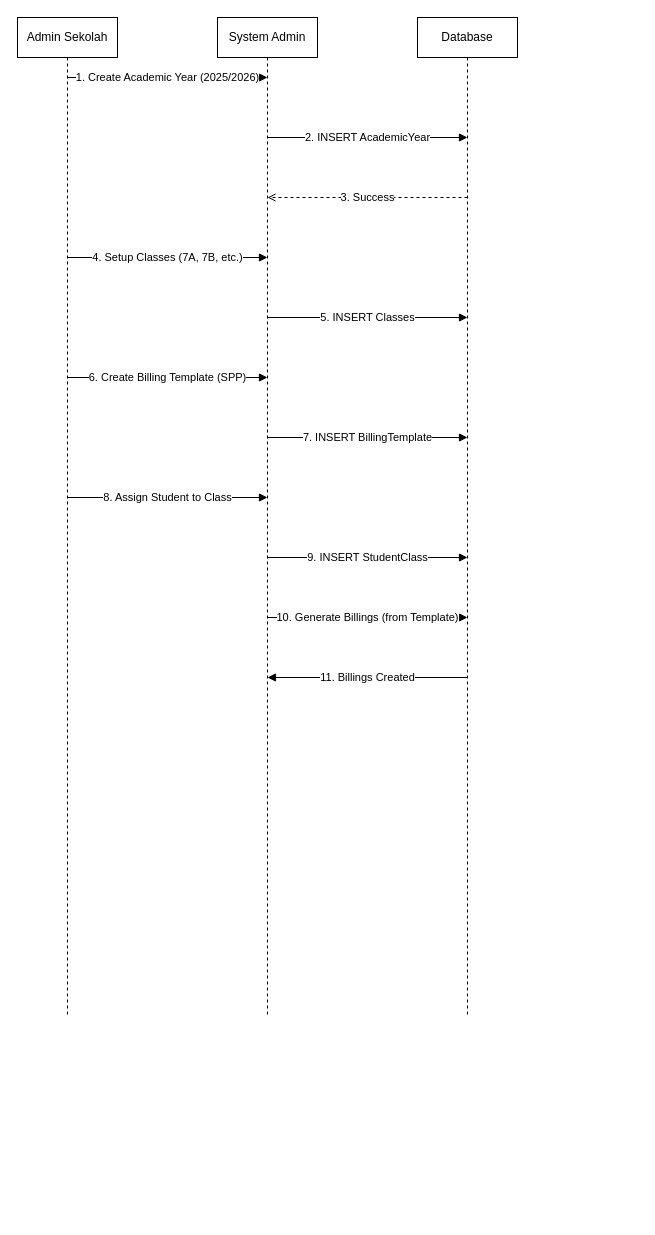
Above: docs/sequence_feature_academic.drawio in muhammaddzaki123/adminkassmpit (draw.io), before the change. Source tidied: cells renumbered, new cells numbered last; positions are measured from the earlier drawing's top-left corner, leaving out a move shared by most shapes. Both pictures are drawn from the tidied source at 100%, with x=0, y=0 at pixel (17, 17).
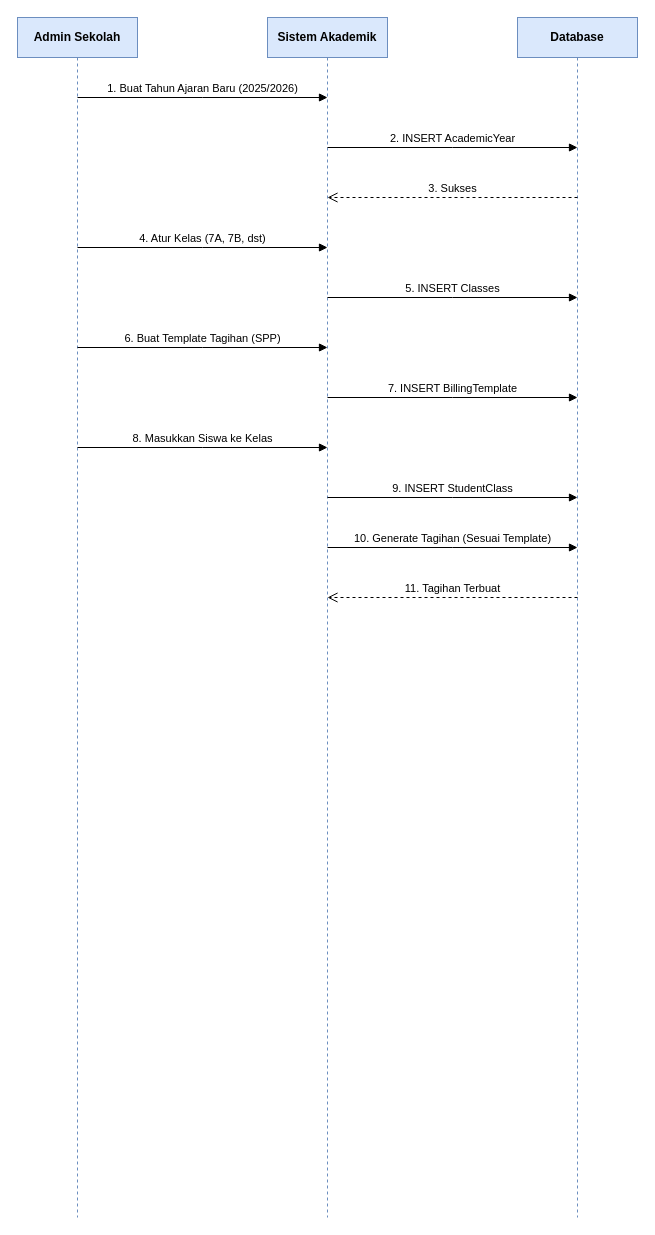
The same page after the edit.

Commit message (it also covers changes not shown here):
Add polished Indonesian sequence diagrams for PPDB, SPP, Expense, and Academic features

Diff of the diagram source:
```diff
@@
-    <mxCell id="2" value="Admin Sekolah" style="shape=umlLifeline;perimeter=lifelinePerimeter;whiteSpace=wrap;html=1;" parent="1" vertex="1">
-      <mxGeometry width="100" height="1000" as="geometry" />
+    <mxCell id="2" value="Admin Sekolah" style="shape=umlLifeline;perimeter=lifelinePerimeter;whiteSpace=wrap;html=1;fillColor=#dae8fc;strokeColor=#6c8ebf;fontStyle=1;fontSize=12;" parent="1" vertex="1">
+      <mxGeometry width="120" height="1200" as="geometry" />
     </mxCell>
-    <mxCell id="3" value="System Admin" style="shape=umlLifeline;perimeter=lifelinePerimeter;whiteSpace=wrap;html=1;" parent="1" vertex="1">
-      <mxGeometry x="200" width="100" height="1000" as="geometry" />
-    </mxCell>
+    <mxCell id="16" value="Sistem Akademik" style="shape=umlLifeline;perimeter=lifelinePerimeter;whiteSpace=wrap;html=1;fillColor=#dae8fc;strokeColor=#6c8ebf;fontStyle=1;fontSize=12;" parent="1" vertex="1">
+      <mxGeometry x="250" width="120" height="1200" as="geometry" />
+    </mxCell>
-    <mxCell id="4" value="Database" style="shape=umlLifeline;perimeter=lifelinePerimeter;whiteSpace=wrap;html=1;" parent="1" vertex="1">
-      <mxGeometry x="400" width="100" height="1000" as="geometry" />
+    <mxCell id="4" value="Database" style="shape=umlLifeline;perimeter=lifelinePerimeter;whiteSpace=wrap;html=1;fillColor=#dae8fc;strokeColor=#6c8ebf;fontStyle=1;fontSize=12;" parent="1" vertex="1">
+      <mxGeometry x="500" width="120" height="1200" as="geometry" />
     </mxCell>
-    <mxCell id="5" value="1. Create Academic Year (2025/2026)" style="endArrow=block;html=1;endFill=1;" parent="1" edge="1">
-      <mxGeometry relative="1" as="geometry">
-        <mxPoint x="50" y="60" as="sourcePoint" />
-        <mxPoint x="250" y="60" as="targetPoint" />
-      </mxGeometry>
-    </mxCell>
+    <mxCell id="17" value="1. Buat Tahun Ajaran Baru (2025/2026)" style="html=1;verticalAlign=bottom;endArrow=block;edgeStyle=elbowEdgeStyle;elbow=vertical;curved=0;rounded=0;labelBackgroundColor=#ffffff;fontSize=11;" parent="1" edge="1">
+      <mxGeometry relative="1" as="geometry">
+        <mxPoint x="60" y="80" as="sourcePoint" />
+        <mxPoint x="310" y="80" as="targetPoint" />
+      </mxGeometry>
+    </mxCell>
-    <mxCell id="6" value="2. INSERT AcademicYear" style="endArrow=block;html=1;endFill=1;" parent="1" edge="1">
+    <mxCell id="6" value="2. INSERT AcademicYear" style="html=1;verticalAlign=bottom;endArrow=block;edgeStyle=elbowEdgeStyle;elbow=vertical;curved=0;rounded=0;labelBackgroundColor=#ffffff;fontSize=11;" parent="1" edge="1">
       <mxGeometry relative="1" as="geometry">
-        <mxPoint x="250" y="120" as="sourcePoint" />
-        <mxPoint x="450" y="120" as="targetPoint" />
+        <mxPoint x="310" y="130" as="sourcePoint" />
+        <mxPoint x="560" y="130" as="targetPoint" />
       </mxGeometry>
     </mxCell>
-    <mxCell id="7" value="3. Success" style="endArrow=open;dashed=1;html=1;endFill=0;" parent="1" edge="1">
-      <mxGeometry relative="1" as="geometry">
-        <mxPoint x="450" y="180" as="sourcePoint" />
-        <mxPoint x="250" y="180" as="targetPoint" />
-      </mxGeometry>
-    </mxCell>
-    <mxCell id="8" value="4. Setup Classes (7A, 7B, etc.)" style="endArrow=block;html=1;endFill=1;" parent="1" edge="1">
-      <mxGeometry relative="1" as="geometry">
-        <mxPoint x="50" y="240" as="sourcePoint" />
-        <mxPoint x="250" y="240" as="targetPoint" />
-      </mxGeometry>
-    </mxCell>
+    <mxCell id="18" value="3. Sukses" style="html=1;verticalAlign=bottom;endArrow=open;dashed=1;endSize=8;edgeStyle=elbowEdgeStyle;elbow=vertical;curved=0;rounded=0;labelBackgroundColor=#ffffff;fontSize=11;" parent="1" edge="1">
+      <mxGeometry relative="1" as="geometry">
+        <mxPoint x="560" y="180" as="sourcePoint" />
+        <mxPoint x="310" y="180" as="targetPoint" />
+      </mxGeometry>
+    </mxCell>
+    <mxCell id="19" value="4. Atur Kelas (7A, 7B, dst)" style="html=1;verticalAlign=bottom;endArrow=block;edgeStyle=elbowEdgeStyle;elbow=vertical;curved=0;rounded=0;labelBackgroundColor=#ffffff;fontSize=11;" parent="1" edge="1">
+      <mxGeometry relative="1" as="geometry">
+        <mxPoint x="60" y="230" as="sourcePoint" />
+        <mxPoint x="310" y="230" as="targetPoint" />
+      </mxGeometry>
+    </mxCell>
-    <mxCell id="9" value="5. INSERT Classes" style="endArrow=block;html=1;endFill=1;" parent="1" edge="1">
+    <mxCell id="9" value="5. INSERT Classes" style="html=1;verticalAlign=bottom;endArrow=block;edgeStyle=elbowEdgeStyle;elbow=vertical;curved=0;rounded=0;labelBackgroundColor=#ffffff;fontSize=11;" parent="1" edge="1">
       <mxGeometry relative="1" as="geometry">
-        <mxPoint x="250" y="300" as="sourcePoint" />
-        <mxPoint x="450" y="300" as="targetPoint" />
+        <mxPoint x="310" y="280" as="sourcePoint" />
+        <mxPoint x="560" y="280" as="targetPoint" />
       </mxGeometry>
     </mxCell>
-    <mxCell id="10" value="6. Create Billing Template (SPP)" style="endArrow=block;html=1;endFill=1;" parent="1" edge="1">
-      <mxGeometry relative="1" as="geometry">
-        <mxPoint x="50" y="360" as="sourcePoint" />
-        <mxPoint x="250" y="360" as="targetPoint" />
-      </mxGeometry>
-    </mxCell>
+    <mxCell id="20" value="6. Buat Template Tagihan (SPP)" style="html=1;verticalAlign=bottom;endArrow=block;edgeStyle=elbowEdgeStyle;elbow=vertical;curved=0;rounded=0;labelBackgroundColor=#ffffff;fontSize=11;" parent="1" edge="1">
+      <mxGeometry relative="1" as="geometry">
+        <mxPoint x="60" y="330" as="sourcePoint" />
+        <mxPoint x="310" y="330" as="targetPoint" />
+      </mxGeometry>
+    </mxCell>
-    <mxCell id="11" value="7. INSERT BillingTemplate" style="endArrow=block;html=1;endFill=1;" parent="1" edge="1">
+    <mxCell id="11" value="7. INSERT BillingTemplate" style="html=1;verticalAlign=bottom;endArrow=block;edgeStyle=elbowEdgeStyle;elbow=vertical;curved=0;rounded=0;labelBackgroundColor=#ffffff;fontSize=11;" parent="1" edge="1">
       <mxGeometry relative="1" as="geometry">
-        <mxPoint x="250" y="420" as="sourcePoint" />
-        <mxPoint x="450" y="420" as="targetPoint" />
+        <mxPoint x="310" y="380" as="sourcePoint" />
+        <mxPoint x="560" y="380" as="targetPoint" />
       </mxGeometry>
     </mxCell>
-    <mxCell id="12" value="8. Assign Student to Class" style="endArrow=block;html=1;endFill=1;" parent="1" edge="1">
-      <mxGeometry relative="1" as="geometry">
-        <mxPoint x="50" y="480" as="sourcePoint" />
-        <mxPoint x="250" y="480" as="targetPoint" />
-      </mxGeometry>
-    </mxCell>
+    <mxCell id="21" value="8. Masukkan Siswa ke Kelas" style="html=1;verticalAlign=bottom;endArrow=block;edgeStyle=elbowEdgeStyle;elbow=vertical;curved=0;rounded=0;labelBackgroundColor=#ffffff;fontSize=11;" parent="1" edge="1">
+      <mxGeometry relative="1" as="geometry">
+        <mxPoint x="60" y="430" as="sourcePoint" />
+        <mxPoint x="310" y="430" as="targetPoint" />
+      </mxGeometry>
+    </mxCell>
-    <mxCell id="13" value="9. INSERT StudentClass" style="endArrow=block;html=1;endFill=1;" parent="1" edge="1">
+    <mxCell id="13" value="9. INSERT StudentClass" style="html=1;verticalAlign=bottom;endArrow=block;edgeStyle=elbowEdgeStyle;elbow=vertical;curved=0;rounded=0;labelBackgroundColor=#ffffff;fontSize=11;" parent="1" edge="1">
       <mxGeometry relative="1" as="geometry">
-        <mxPoint x="250" y="540" as="sourcePoint" />
-        <mxPoint x="450" y="540" as="targetPoint" />
+        <mxPoint x="310" y="480" as="sourcePoint" />
+        <mxPoint x="560" y="480" as="targetPoint" />
       </mxGeometry>
     </mxCell>
-    <mxCell id="14" value="10. Generate Billings (from Template)" style="endArrow=block;html=1;endFill=1;" parent="1" edge="1">
-      <mxGeometry relative="1" as="geometry">
-        <mxPoint x="250" y="600" as="sourcePoint" />
-        <mxPoint x="450" y="600" as="targetPoint" />
-      </mxGeometry>
-    </mxCell>
-    <mxCell id="15" value="11. Billings Created" style="endArrow=block;html=1;endFill=1;" parent="1" edge="1">
-      <mxGeometry relative="1" as="geometry">
-        <mxPoint x="450" y="660" as="sourcePoint" />
-        <mxPoint x="250" y="660" as="targetPoint" />
-      </mxGeometry>
-    </mxCell>
+    <mxCell id="22" value="10. Generate Tagihan (Sesuai Template)" style="html=1;verticalAlign=bottom;endArrow=block;edgeStyle=elbowEdgeStyle;elbow=vertical;curved=0;rounded=0;labelBackgroundColor=#ffffff;fontSize=11;" parent="1" edge="1">
+      <mxGeometry relative="1" as="geometry">
+        <mxPoint x="310" y="530" as="sourcePoint" />
+        <mxPoint x="560" y="530" as="targetPoint" />
+      </mxGeometry>
+    </mxCell>
+    <mxCell id="23" value="11. Tagihan Terbuat" style="html=1;verticalAlign=bottom;endArrow=open;dashed=1;endSize=8;edgeStyle=elbowEdgeStyle;elbow=vertical;curved=0;rounded=0;labelBackgroundColor=#ffffff;fontSize=11;" parent="1" edge="1">
+      <mxGeometry relative="1" as="geometry">
+        <mxPoint x="560" y="580" as="sourcePoint" />
+        <mxPoint x="310" y="580" as="targetPoint" />
+      </mxGeometry>
+    </mxCell>
```
